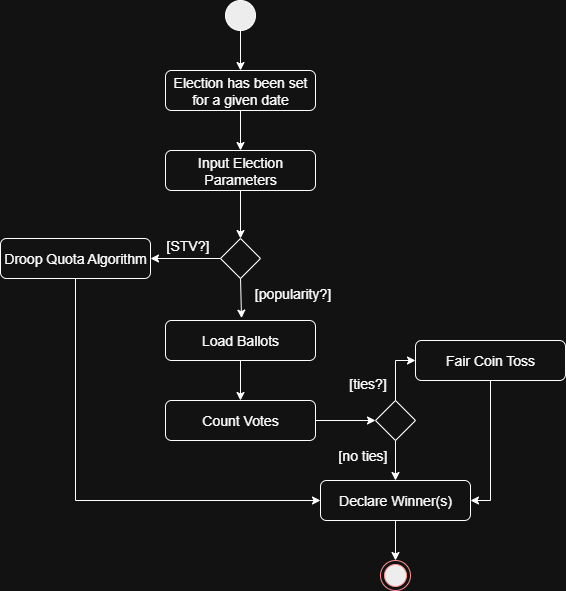
Before: popularity.png, a diagram exported from draw.io (BenPullis/CSCI4801-Election-Project). Source tidied: cells renumbered, new cells last; positions are measured from the earlier drawing's top-left corner, leaving out a move shared by most shapes.
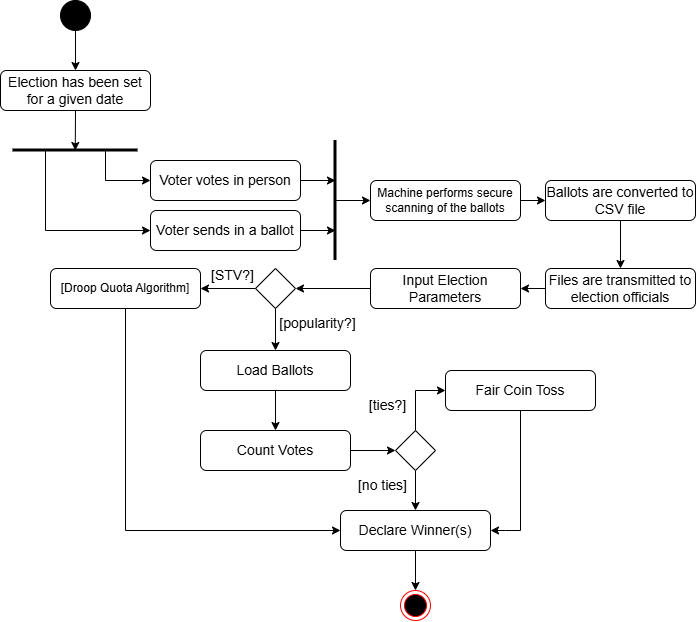
After the commit.

Commit message:
Updated draw.io activity diagram

Change to the diagram source:
```diff
@@ -3,28 +3,25 @@
     <mxCell id="0" />
     <mxCell id="1" parent="0" />
     <mxCell id="2" style="ellipse;whiteSpace=wrap;html=1;fillColor=#000000;" parent="1" vertex="1">
-      <mxGeometry x="225" width="30" height="30" as="geometry" />
+      <mxGeometry x="75" y="110" width="30" height="30" as="geometry" />
     </mxCell>
     <mxCell id="3" style="endArrow=classic;html=1;rounded=0;exitX=0.5;exitY=1;exitDx=0;exitDy=0;entryX=0.5;entryY=0;entryDx=0;entryDy=0;" parent="1" edge="1" source="2" target="4">
       <mxGeometry relative="1" as="geometry" />
     </mxCell>
     <mxCell id="4" value="&lt;font style=&quot;font-size: 14px;&quot;&gt;Election has been set for a given date&lt;/font&gt;" style="rounded=1;whiteSpace=wrap;html=1;" parent="1" vertex="1">
-      <mxGeometry x="165" y="70" width="150" height="40" as="geometry" />
+      <mxGeometry x="15" y="180" width="150" height="40" as="geometry" />
     </mxCell>
-    <mxCell id="5" style="endArrow=classic;html=1;rounded=0;exitX=0.5;exitY=1;exitDx=0;exitDy=0;entryX=0.5;entryY=0;entryDx=0;entryDy=0;" parent="1" edge="1" source="4" target="6">
-      <mxGeometry relative="1" as="geometry" />
-    </mxCell>
     <mxCell id="6" value="&lt;font style=&quot;font-size: 14px;&quot;&gt;Input Election Parameters&lt;/font&gt;" style="rounded=1;whiteSpace=wrap;html=1;" parent="1" vertex="1">
-      <mxGeometry x="165" y="150" width="150" height="40" as="geometry" />
+      <mxGeometry x="385" y="378" width="150" height="40" as="geometry" />
     </mxCell>
-    <mxCell id="7" style="endArrow=classic;html=1;rounded=0;exitX=0.5;exitY=1;exitDx=0;exitDy=0;entryX=0.5;entryY=0;entryDx=0;entryDy=0;" parent="1" edge="1" source="6" target="22">
+    <mxCell id="7" style="endArrow=classic;html=1;rounded=0;exitX=0;exitY=0.5;exitDx=0;exitDy=0;entryX=1;entryY=0.5;entryDx=0;entryDy=0;" parent="1" edge="1" source="6" target="22">
       <mxGeometry relative="1" as="geometry" />
     </mxCell>
     <mxCell id="8" value="&lt;font style=&quot;font-size: 14px;&quot;&gt;Load Ballots&lt;/font&gt;" style="rounded=1;whiteSpace=wrap;html=1;" parent="1" vertex="1">
-      <mxGeometry x="165" y="320" width="150" height="40" as="geometry" />
+      <mxGeometry x="215" y="460" width="150" height="40" as="geometry" />
     </mxCell>
     <mxCell id="9" value="&lt;font style=&quot;font-size: 14px;&quot;&gt;Count Votes&lt;/font&gt;" style="rounded=1;whiteSpace=wrap;html=1;" parent="1" vertex="1">
-      <mxGeometry x="165" y="400" width="150" height="40" as="geometry" />
+      <mxGeometry x="215" y="540" width="150" height="40" as="geometry" />
     </mxCell>
     <mxCell id="10" style="endArrow=classic;html=1;rounded=0;exitX=0.5;exitY=1;exitDx=0;exitDy=0;entryX=0.5;entryY=0;entryDx=0;entryDy=0;" parent="1" edge="1" source="8" target="9">
       <mxGeometry relative="1" as="geometry" />
@@ -33,28 +30,29 @@
       <mxGeometry relative="1" as="geometry" />
     </mxCell>
     <mxCell id="12" style="rhombus;whiteSpace=wrap;html=1;" parent="1" vertex="1">
-      <mxGeometry x="375" y="400" width="40" height="40" as="geometry" />
+      <mxGeometry x="410" y="540" width="40" height="40" as="geometry" />
     </mxCell>
     <mxCell id="13" style="endArrow=classic;html=1;rounded=0;exitX=0.5;exitY=0;exitDx=0;exitDy=0;entryX=0;entryY=0.5;entryDx=0;entryDy=0;" parent="1" edge="1" source="12" target="14">
       <mxGeometry relative="1" as="geometry">
         <Array as="points">
-          <mxPoint x="395" y="360" />
+          <mxPoint x="430" y="500" />
         </Array>
       </mxGeometry>
     </mxCell>
     <mxCell id="14" value="&lt;span style=&quot;font-size: 14px;&quot;&gt;Fair Coin Toss&lt;/span&gt;" style="rounded=1;whiteSpace=wrap;html=1;" parent="1" vertex="1">
-      <mxGeometry x="415" y="340" width="150" height="40" as="geometry" />
+      <mxGeometry x="460" y="480" width="150" height="40" as="geometry" />
     </mxCell>
     <mxCell id="15" style="endArrow=classic;html=1;rounded=0;exitX=0.5;exitY=1;exitDx=0;exitDy=0;entryX=0.5;entryY=0;entryDx=0;entryDy=0;" parent="1" edge="1" source="12" target="16">
       <mxGeometry relative="1" as="geometry" />
     </mxCell>
     <mxCell id="16" value="&lt;span style=&quot;font-size: 14px;&quot;&gt;Declare Winner(s)&lt;/span&gt;" style="rounded=1;whiteSpace=wrap;html=1;" parent="1" vertex="1">
-      <mxGeometry x="320" y="480" width="150" height="40" as="geometry" />
+      <mxGeometry x="355" y="620" width="150" height="40" as="geometry" />
     </mxCell>
-    <mxCell id="17" style="endArrow=classic;html=1;rounded=0;exitX=0.5;exitY=1;exitDx=0;exitDy=0;entryX=1;entryY=0.5;entryDx=0;entryDy=0;" parent="1" edge="1" source="14" target="16">
+    <mxCell id="17" style="endArrow=classic;html=1;rounded=0;entryX=1;entryY=0.5;entryDx=0;entryDy=0;exitX=0.5;exitY=1;exitDx=0;exitDy=0;" parent="1" edge="1" source="14" target="16">
       <mxGeometry relative="1" as="geometry">
         <Array as="points">
-          <mxPoint x="490" y="500" />
+          <mxPoint x="535" y="640" />
+          <mxPoint x="520" y="640" />
         </Array>
       </mxGeometry>
     </mxCell>
@@ -62,38 +60,110 @@
       <mxGeometry relative="1" as="geometry" />
     </mxCell>
     <mxCell id="19" style="ellipse;html=1;shape=endState;fillColor=#000000;strokeColor=#ff0000;" parent="1" vertex="1">
-      <mxGeometry x="380" y="560" width="30" height="30" as="geometry" />
+      <mxGeometry x="415" y="700" width="30" height="30" as="geometry" />
     </mxCell>
     <mxCell id="20" value="&lt;font style=&quot;font-size: 14px;&quot;&gt;[ties?]&lt;/font&gt;" style="text;strokeColor=none;align=center;fillColor=none;html=1;verticalAlign=middle;whiteSpace=wrap;rounded=0;" parent="1" vertex="1">
-      <mxGeometry x="345" y="368" width="45" height="30" as="geometry" />
+      <mxGeometry x="380" y="500" width="45" height="30" as="geometry" />
     </mxCell>
     <mxCell id="21" value="&lt;font style=&quot;font-size: 14px;&quot;&gt;[no ties]&lt;/font&gt;" style="text;strokeColor=none;align=center;fillColor=none;html=1;verticalAlign=middle;whiteSpace=wrap;rounded=0;" parent="1" vertex="1">
-      <mxGeometry x="335" y="440" width="55" height="30" as="geometry" />
+      <mxGeometry x="370" y="580" width="55" height="30" as="geometry" />
     </mxCell>
     <mxCell id="22" style="rhombus;whiteSpace=wrap;html=1;" parent="1" vertex="1">
-      <mxGeometry x="220" y="238" width="40" height="40" as="geometry" />
+      <mxGeometry x="270" y="378" width="40" height="40" as="geometry" />
     </mxCell>
-    <mxCell id="23" style="endArrow=classic;html=1;rounded=0;exitX=0.5;exitY=1;exitDx=0;exitDy=0;entryX=0.507;entryY=-0.059;entryDx=0;entryDy=0;entryPerimeter=0;" parent="1" edge="1" source="22" target="8">
+    <mxCell id="23" style="endArrow=classic;html=1;rounded=0;exitX=0.5;exitY=1;exitDx=0;exitDy=0;entryX=0.5;entryY=0;entryDx=0;entryDy=0;" parent="1" edge="1" source="22" target="8">
       <mxGeometry relative="1" as="geometry" />
     </mxCell>
     <mxCell id="24" value="&lt;font style=&quot;font-size: 14px;&quot;&gt;[popularity?]&lt;/font&gt;" style="text;strokeColor=none;align=center;fillColor=none;html=1;verticalAlign=middle;whiteSpace=wrap;rounded=0;" parent="1" vertex="1">
-      <mxGeometry x="270" y="278" width="45" height="30" as="geometry" />
+      <mxGeometry x="310" y="418" width="45" height="30" as="geometry" />
     </mxCell>
     <mxCell id="25" value="&lt;span style=&quot;font-size: 14px;&quot;&gt;[STV?]&lt;/span&gt;" style="text;strokeColor=none;align=center;fillColor=none;html=1;verticalAlign=middle;whiteSpace=wrap;rounded=0;" parent="1" vertex="1">
-      <mxGeometry x="165" y="230" width="45" height="30" as="geometry" />
+      <mxGeometry x="225" y="370" width="45" height="30" as="geometry" />
     </mxCell>
     <mxCell id="26" style="endArrow=classic;html=1;rounded=0;exitX=0;exitY=0.5;exitDx=0;exitDy=0;entryX=1;entryY=0.5;entryDx=0;entryDy=0;" parent="1" edge="1" source="22" target="27">
       <mxGeometry relative="1" as="geometry" />
     </mxCell>
-    <mxCell id="27" value="&lt;font style=&quot;font-size: 14px;&quot;&gt;Droop Quota Algorithm&lt;/font&gt;" style="rounded=1;whiteSpace=wrap;html=1;" parent="1" vertex="1">
-      <mxGeometry y="238" width="150" height="40" as="geometry" />
+    <mxCell id="27" value="&lt;font style=&quot;font-size: 12px;&quot;&gt;[Droop Quota Algorithm]&lt;/font&gt;" style="rounded=1;whiteSpace=wrap;html=1;" parent="1" vertex="1">
+      <mxGeometry x="65" y="378" width="150" height="40" as="geometry" />
     </mxCell>
     <mxCell id="28" style="endArrow=classic;html=1;rounded=0;exitX=0.5;exitY=1;exitDx=0;exitDy=0;entryX=0;entryY=0.5;entryDx=0;entryDy=0;" parent="1" edge="1" source="27" target="16">
       <mxGeometry relative="1" as="geometry">
         <Array as="points">
-          <mxPoint x="75" y="500" />
+          <mxPoint x="140" y="640" />
         </Array>
       </mxGeometry>
     </mxCell>
+    <mxCell id="29" value="&lt;font style=&quot;font-size: 14px;&quot;&gt;Voter votes in person&lt;/font&gt;" style="rounded=1;whiteSpace=wrap;html=1;" parent="1" vertex="1">
+      <mxGeometry x="165" y="270" width="150" height="40" as="geometry" />
+    </mxCell>
+    <mxCell id="30" value="&lt;font style=&quot;font-size: 14px;&quot;&gt;Voter sends in a ballot&lt;/font&gt;" style="rounded=1;whiteSpace=wrap;html=1;" parent="1" vertex="1">
+      <mxGeometry x="165" y="320" width="150" height="40" as="geometry" />
+    </mxCell>
+    <mxCell id="31" value="&lt;font style=&quot;font-size: 12px;&quot;&gt;Machine performs secure scanning of the ballots&lt;/font&gt;" style="rounded=1;whiteSpace=wrap;html=1;" parent="1" vertex="1">
+      <mxGeometry x="385" y="290" width="150" height="40" as="geometry" />
+    </mxCell>
+    <mxCell id="32" value="&lt;font style=&quot;font-size: 14px;&quot;&gt;Ballots are converted to CSV file&lt;/font&gt;" style="rounded=1;whiteSpace=wrap;html=1;" parent="1" vertex="1">
+      <mxGeometry x="560" y="290" width="150" height="40" as="geometry" />
+    </mxCell>
+    <mxCell id="33" value="&lt;font style=&quot;font-size: 14px;&quot;&gt;Files are transmitted to election officials&lt;/font&gt;" style="rounded=1;whiteSpace=wrap;html=1;" parent="1" vertex="1">
+      <mxGeometry x="560" y="378" width="150" height="40" as="geometry" />
+    </mxCell>
+    <mxCell id="34" style="endArrow=none;html=1;rounded=0;strokeWidth=3;" parent="1" edge="1">
+      <mxGeometry relative="1" as="geometry">
+        <mxPoint x="152.5" y="260" as="sourcePoint" />
+        <mxPoint x="27.5" y="260" as="targetPoint" />
+      </mxGeometry>
+    </mxCell>
+    <mxCell id="35" style="endArrow=classic;html=1;rounded=0;entryX=0;entryY=0.5;entryDx=0;entryDy=0;" parent="1" edge="1" target="29">
+      <mxGeometry relative="1" as="geometry">
+        <mxPoint x="120" y="260" as="sourcePoint" />
+        <Array as="points">
+          <mxPoint x="120" y="290" />
+        </Array>
+      </mxGeometry>
+    </mxCell>
+    <mxCell id="36" style="endArrow=classic;html=1;rounded=0;entryX=0;entryY=0.5;entryDx=0;entryDy=0;" parent="1" edge="1" target="30">
+      <mxGeometry relative="1" as="geometry">
+        <mxPoint x="60" y="260" as="sourcePoint" />
+        <Array as="points">
+          <mxPoint x="60" y="340" />
+        </Array>
+      </mxGeometry>
+    </mxCell>
+    <mxCell id="37" style="endArrow=none;html=1;rounded=0;strokeWidth=3;" parent="1" edge="1">
+      <mxGeometry relative="1" as="geometry">
+        <mxPoint x="350" y="370" as="sourcePoint" />
+        <mxPoint x="350" y="250" as="targetPoint" />
+      </mxGeometry>
+    </mxCell>
+    <mxCell id="38" style="endArrow=classic;html=1;rounded=0;exitX=1;exitY=0.5;exitDx=0;exitDy=0;" parent="1" edge="1" source="29">
+      <mxGeometry relative="1" as="geometry">
+        <mxPoint x="350" y="290" as="targetPoint" />
+      </mxGeometry>
+    </mxCell>
+    <mxCell id="39" style="endArrow=classic;html=1;rounded=0;exitX=1;exitY=0.5;exitDx=0;exitDy=0;" parent="1" edge="1" source="30">
+      <mxGeometry relative="1" as="geometry">
+        <mxPoint x="350" y="340" as="targetPoint" />
+      </mxGeometry>
+    </mxCell>
+    <mxCell id="40" style="endArrow=classic;html=1;rounded=0;entryX=0;entryY=0.5;entryDx=0;entryDy=0;" parent="1" edge="1" target="31">
+      <mxGeometry relative="1" as="geometry">
+        <mxPoint x="350" y="310" as="sourcePoint" />
+      </mxGeometry>
+    </mxCell>
+    <mxCell id="41" style="endArrow=classic;html=1;rounded=0;entryX=0;entryY=0.5;entryDx=0;entryDy=0;exitX=1;exitY=0.5;exitDx=0;exitDy=0;" parent="1" edge="1" source="31" target="32">
+      <mxGeometry relative="1" as="geometry" />
+    </mxCell>
+    <mxCell id="42" style="endArrow=classic;html=1;rounded=0;entryX=0.5;entryY=0;entryDx=0;entryDy=0;exitX=0.5;exitY=1;exitDx=0;exitDy=0;" parent="1" edge="1" source="32" target="33">
+      <mxGeometry relative="1" as="geometry" />
+    </mxCell>
+    <mxCell id="43" style="endArrow=classic;html=1;rounded=0;entryX=0.5;entryY=0;entryDx=0;entryDy=0;exitX=0.5;exitY=1;exitDx=0;exitDy=0;" parent="1" edge="1" source="4">
+      <mxGeometry relative="1" as="geometry">
+        <mxPoint x="89.8" y="260" as="targetPoint" />
+      </mxGeometry>
+    </mxCell>
+    <mxCell id="44" style="endArrow=classic;html=1;rounded=0;entryX=1;entryY=0.5;entryDx=0;entryDy=0;exitX=0;exitY=0.5;exitDx=0;exitDy=0;" parent="1" edge="1" source="33" target="6">
+      <mxGeometry relative="1" as="geometry" />
+    </mxCell>
   </root>
 </mxGraphModel>
```
